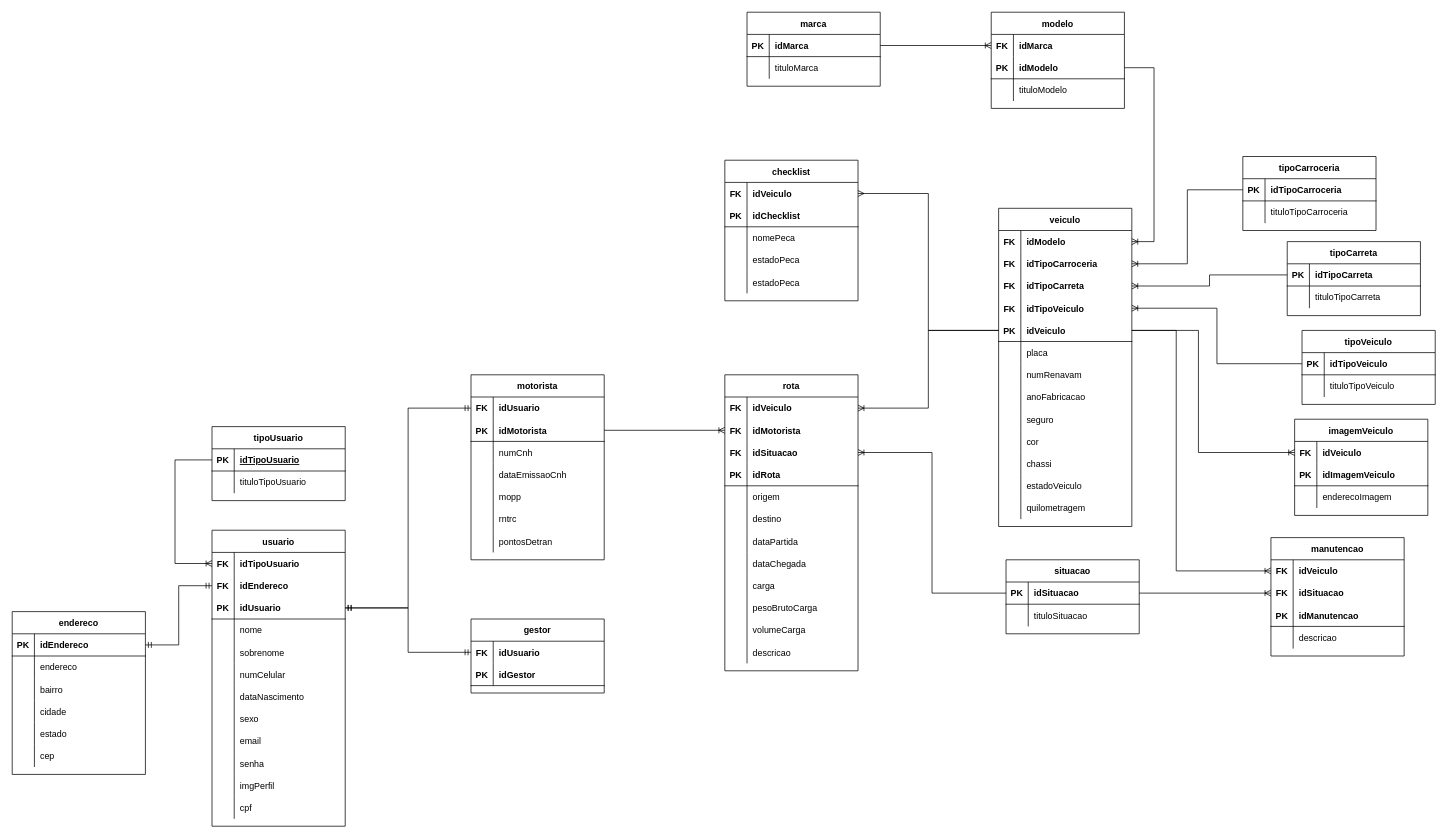
The draw.io diagram page "modelo-logico" (1 of 2) of Banco de dados/Modelagens/Loggex.drawio in Loggex/Backend-Loggex, before the edit. Source tidied: cells renumbered, new cells numbered last; positions are measured from the earlier drawing's top-left corner, leaving out a move shared by most shapes. Both pictures are drawn from the tidied source at 74%, with x=0, y=0 at pixel (12, 12).
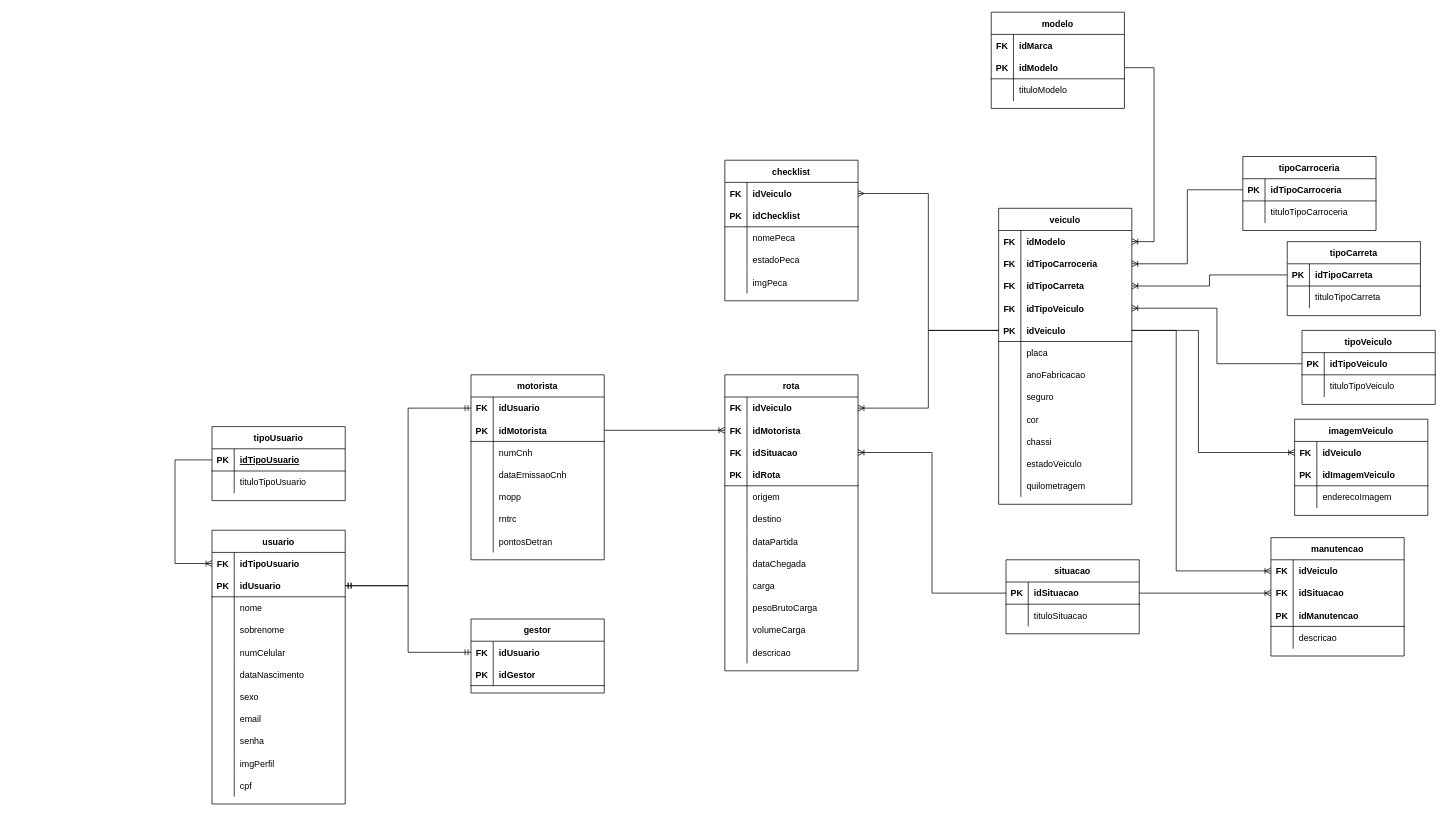
The same page after the edit.

The change refers to these unchanged cells:
```xml
<mxCell id="128" value="checklist" style="shape=table;startSize=30;childLayout=tableLayout;rowLines=0;fontStyle=1;align=center;" parent="1" vertex="1">
  <mxGeometry x="963" y="200" width="180" height="190" as="geometry" />
</mxCell>
<mxCell id="199" style="shape=tableRow;horizontal=0;startSize=0;swimlaneHead=0;swimlaneBody=0;fillColor=none;points=[[0,0.5],[1,0.5]];portConstraint=eastwest;top=0;left=0;right=0;bottom=0;" parent="198" vertex="1">
  <mxGeometry y="30" width="180" height="30" as="geometry" />
</mxCell>
```

The edit, as a diff of the source:
```diff
@@
     <mxCell id="2" value="veiculo" style="shape=table;startSize=30;childLayout=tableLayout;rowLines=0;fontStyle=1;align=center;" parent="1" vertex="1">
-      <mxGeometry x="1333" y="265" width="180" height="430" as="geometry" />
+      <mxGeometry x="1333" y="265" width="180" height="400" as="geometry" />
     </mxCell>
@@
-    <mxCell id="21" style="shape=tableRow;horizontal=0;startSize=0;swimlaneHead=0;swimlaneBody=0;fillColor=none;top=0;left=0;right=0;bottom=0;" parent="2" vertex="1">
-      <mxGeometry y="210" width="180" height="30" as="geometry" />
-    </mxCell>
-    <mxCell id="22" style="shape=partialRectangle;fillColor=none;top=0;left=0;bottom=0;right=0;overflow=hidden;" parent="21" vertex="1">
-      <mxGeometry width="30" height="30" as="geometry" />
-    </mxCell>
-    <mxCell id="23" value="numRenavam" style="shape=partialRectangle;fillColor=none;top=0;left=0;bottom=0;right=0;align=left;spacingLeft=6;overflow=hidden;" parent="21" vertex="1">
-      <mxGeometry x="30" width="150" height="30" as="geometry" />
-    </mxCell>
     <mxCell id="24" style="shape=tableRow;horizontal=0;startSize=0;swimlaneHead=0;swimlaneBody=0;fillColor=none;top=0;left=0;right=0;bottom=0;" parent="2" vertex="1">
-      <mxGeometry y="240" width="180" height="30" as="geometry" />
+      <mxGeometry y="210" width="180" height="30" as="geometry" />
     </mxCell>
@@
     <mxCell id="27" style="shape=tableRow;horizontal=0;startSize=0;swimlaneHead=0;swimlaneBody=0;fillColor=none;top=0;left=0;right=0;bottom=0;" parent="2" vertex="1">
-      <mxGeometry y="270" width="180" height="30" as="geometry" />
+      <mxGeometry y="240" width="180" height="30" as="geometry" />
     </mxCell>
@@
     <mxCell id="30" style="shape=tableRow;horizontal=0;startSize=0;swimlaneHead=0;swimlaneBody=0;fillColor=none;top=0;left=0;right=0;bottom=0;" parent="2" vertex="1">
-      <mxGeometry y="300" width="180" height="30" as="geometry" />
+      <mxGeometry y="270" width="180" height="30" as="geometry" />
     </mxCell>
@@
     <mxCell id="33" style="shape=tableRow;horizontal=0;startSize=0;swimlaneHead=0;swimlaneBody=0;fillColor=none;top=0;left=0;right=0;bottom=0;" parent="2" vertex="1">
-      <mxGeometry y="330" width="180" height="30" as="geometry" />
+      <mxGeometry y="300" width="180" height="30" as="geometry" />
     </mxCell>
@@
     <mxCell id="36" style="shape=tableRow;horizontal=0;startSize=0;swimlaneHead=0;swimlaneBody=0;fillColor=none;top=0;left=0;right=0;bottom=0;" parent="2" vertex="1">
-      <mxGeometry y="360" width="180" height="30" as="geometry" />
+      <mxGeometry y="330" width="180" height="30" as="geometry" />
     </mxCell>
@@
     <mxCell id="39" style="shape=tableRow;horizontal=0;startSize=0;swimlaneHead=0;swimlaneBody=0;fillColor=none;top=0;left=0;right=0;bottom=0;" parent="2" vertex="1">
-      <mxGeometry y="390" width="180" height="30" as="geometry" />
+      <mxGeometry y="360" width="180" height="30" as="geometry" />
     </mxCell>
@@
-    <mxCell id="141" style="shape=tableRow;horizontal=0;startSize=0;swimlaneHead=0;swimlaneBody=0;fillColor=none;top=0;left=0;right=0;bottom=0;" parent="128" vertex="1">
-      <mxGeometry y="150" width="180" height="30" as="geometry" />
-    </mxCell>
-    <mxCell id="142" style="shape=partialRectangle;fillColor=none;top=0;left=0;bottom=0;right=0;overflow=hidden;" parent="141" vertex="1">
-      <mxGeometry width="30" height="30" as="geometry" />
-    </mxCell>
-    <mxCell id="143" value="estadoPeca" style="shape=partialRectangle;fillColor=none;top=0;left=0;bottom=0;right=0;align=left;spacingLeft=6;overflow=hidden;" parent="141" vertex="1">
-      <mxGeometry x="30" width="150" height="30" as="geometry" />
-    </mxCell>
+    <mxCell id="271" style="shape=tableRow;horizontal=0;startSize=0;swimlaneHead=0;swimlaneBody=0;fillColor=none;top=0;left=0;right=0;bottom=0;" parent="128" vertex="1">
+      <mxGeometry y="150" width="180" height="30" as="geometry" />
+    </mxCell>
+    <mxCell id="272" style="shape=partialRectangle;fillColor=none;top=0;left=0;bottom=0;right=0;overflow=hidden;" parent="271" vertex="1">
+      <mxGeometry width="30" height="30" as="geometry" />
+    </mxCell>
+    <mxCell id="273" value="imgPeca" style="shape=partialRectangle;fillColor=none;top=0;left=0;bottom=0;right=0;align=left;spacingLeft=6;overflow=hidden;" parent="271" vertex="1">
+      <mxGeometry x="30" width="150" height="30" as="geometry" />
+    </mxCell>
@@
-    <mxCell id="165" value="endereco" style="shape=table;startSize=30;childLayout=tableLayout;rowLines=0;fontStyle=1;align=center;" parent="1" vertex="1">
-      <mxGeometry y="810" width="180" height="220" as="geometry" />
-    </mxCell>
-    <mxCell id="166" style="shape=tableRow;horizontal=0;startSize=0;swimlaneHead=0;swimlaneBody=0;fillColor=none;points=[[0,0.5],[1,0.5]];portConstraint=eastwest;top=0;left=0;right=0;bottom=1;" parent="165" vertex="1">
-      <mxGeometry y="30" width="180" height="30" as="geometry" />
-    </mxCell>
-    <mxCell id="167" value="PK" style="shape=partialRectangle;fillColor=none;top=0;left=0;bottom=0;right=0;fontStyle=1;overflow=hidden;" parent="166" vertex="1">
-      <mxGeometry width="30" height="30" as="geometry" />
-    </mxCell>
-    <mxCell id="168" value="idEndereco" style="shape=partialRectangle;fillColor=none;top=0;left=0;bottom=0;right=0;align=left;spacingLeft=6;fontStyle=1;overflow=hidden;" parent="166" vertex="1">
-      <mxGeometry x="30" width="150" height="30" as="geometry" />
-    </mxCell>
-    <mxCell id="169" style="shape=tableRow;horizontal=0;startSize=0;swimlaneHead=0;swimlaneBody=0;fillColor=none;top=0;left=0;right=0;bottom=0;" parent="165" vertex="1">
-      <mxGeometry y="60" width="180" height="30" as="geometry" />
-    </mxCell>
-    <mxCell id="170" style="shape=partialRectangle;fillColor=none;top=0;left=0;bottom=0;right=0;overflow=hidden;" parent="169" vertex="1">
-      <mxGeometry width="30" height="30" as="geometry" />
-    </mxCell>
-    <mxCell id="171" value="endereco" style="shape=partialRectangle;fillColor=none;top=0;left=0;bottom=0;right=0;align=left;spacingLeft=6;overflow=hidden;" parent="169" vertex="1">
-      <mxGeometry x="30" width="150" height="30" as="geometry" />
-    </mxCell>
-    <mxCell id="172" style="shape=tableRow;horizontal=0;startSize=0;swimlaneHead=0;swimlaneBody=0;fillColor=none;top=0;left=0;right=0;bottom=0;" parent="165" vertex="1">
-      <mxGeometry y="90" width="180" height="30" as="geometry" />
-    </mxCell>
-    <mxCell id="173" style="shape=partialRectangle;fillColor=none;top=0;left=0;bottom=0;right=0;overflow=hidden;" parent="172" vertex="1">
-      <mxGeometry width="30" height="30" as="geometry" />
-    </mxCell>
-    <mxCell id="174" value="bairro" style="shape=partialRectangle;fillColor=none;top=0;left=0;bottom=0;right=0;align=left;spacingLeft=6;overflow=hidden;" parent="172" vertex="1">
-      <mxGeometry x="30" width="150" height="30" as="geometry" />
-    </mxCell>
-    <mxCell id="175" style="shape=tableRow;horizontal=0;startSize=0;swimlaneHead=0;swimlaneBody=0;fillColor=none;top=0;left=0;right=0;bottom=0;" parent="165" vertex="1">
-      <mxGeometry y="120" width="180" height="30" as="geometry" />
-    </mxCell>
-    <mxCell id="176" style="shape=partialRectangle;fillColor=none;top=0;left=0;bottom=0;right=0;overflow=hidden;" parent="175" vertex="1">
-      <mxGeometry width="30" height="30" as="geometry" />
-    </mxCell>
-    <mxCell id="177" value="cidade" style="shape=partialRectangle;fillColor=none;top=0;left=0;bottom=0;right=0;align=left;spacingLeft=6;overflow=hidden;" parent="175" vertex="1">
-      <mxGeometry x="30" width="150" height="30" as="geometry" />
-    </mxCell>
-    <mxCell id="178" style="shape=tableRow;horizontal=0;startSize=0;swimlaneHead=0;swimlaneBody=0;fillColor=none;top=0;left=0;right=0;bottom=0;" parent="165" vertex="1">
-      <mxGeometry y="150" width="180" height="30" as="geometry" />
-    </mxCell>
-    <mxCell id="179" style="shape=partialRectangle;fillColor=none;top=0;left=0;bottom=0;right=0;overflow=hidden;" parent="178" vertex="1">
-      <mxGeometry width="30" height="30" as="geometry" />
-    </mxCell>
-    <mxCell id="180" value="estado" style="shape=partialRectangle;fillColor=none;top=0;left=0;bottom=0;right=0;align=left;spacingLeft=6;overflow=hidden;" parent="178" vertex="1">
-      <mxGeometry x="30" width="150" height="30" as="geometry" />
-    </mxCell>
-    <mxCell id="181" style="shape=tableRow;horizontal=0;startSize=0;swimlaneHead=0;swimlaneBody=0;fillColor=none;top=0;left=0;right=0;bottom=0;" parent="165" vertex="1">
-      <mxGeometry y="180" width="180" height="30" as="geometry" />
-    </mxCell>
-    <mxCell id="182" style="shape=partialRectangle;fillColor=none;top=0;left=0;bottom=0;right=0;overflow=hidden;" parent="181" vertex="1">
-      <mxGeometry width="30" height="30" as="geometry" />
-    </mxCell>
-    <mxCell id="183" value="cep" style="shape=partialRectangle;fillColor=none;top=0;left=0;bottom=0;right=0;align=left;spacingLeft=6;overflow=hidden;" parent="181" vertex="1">
-      <mxGeometry x="30" width="150" height="30" as="geometry" />
-    </mxCell>
@@
-    <mxCell id="191" value="marca" style="shape=table;startSize=30;childLayout=tableLayout;rowLines=0;fontStyle=1;align=center;" parent="1" vertex="1">
-      <mxGeometry x="993" width="180" height="100" as="geometry" />
-    </mxCell>
-    <mxCell id="192" style="shape=tableRow;horizontal=0;startSize=0;swimlaneHead=0;swimlaneBody=0;fillColor=none;points=[[0,0.5],[1,0.5]];portConstraint=eastwest;top=0;left=0;right=0;bottom=1;" parent="191" vertex="1">
-      <mxGeometry y="30" width="180" height="30" as="geometry" />
-    </mxCell>
-    <mxCell id="193" value="PK" style="shape=partialRectangle;fillColor=none;top=0;left=0;bottom=0;right=0;fontStyle=1;overflow=hidden;" parent="192" vertex="1">
-      <mxGeometry width="30" height="30" as="geometry" />
-    </mxCell>
-    <mxCell id="194" value="idMarca" style="shape=partialRectangle;fillColor=none;top=0;left=0;bottom=0;right=0;align=left;spacingLeft=6;fontStyle=1;overflow=hidden;" parent="192" vertex="1">
-      <mxGeometry x="30" width="150" height="30" as="geometry" />
-    </mxCell>
-    <mxCell id="195" style="shape=tableRow;horizontal=0;startSize=0;swimlaneHead=0;swimlaneBody=0;fillColor=none;top=0;left=0;right=0;bottom=0;" parent="191" vertex="1">
-      <mxGeometry y="60" width="180" height="30" as="geometry" />
-    </mxCell>
-    <mxCell id="196" style="shape=partialRectangle;fillColor=none;top=0;left=0;bottom=0;right=0;overflow=hidden;" parent="195" vertex="1">
-      <mxGeometry width="30" height="30" as="geometry" />
-    </mxCell>
-    <mxCell id="197" value="tituloMarca" style="shape=partialRectangle;fillColor=none;top=0;left=0;bottom=0;right=0;align=left;spacingLeft=6;overflow=hidden;" parent="195" vertex="1">
-      <mxGeometry x="30" width="150" height="30" as="geometry" />
-    </mxCell>
@@
     <mxCell id="209" value="usuario" style="shape=table;startSize=30;childLayout=tableLayout;rowLines=0;fontStyle=1;align=center;" parent="1" vertex="1">
-      <mxGeometry x="270" y="700" width="180" height="400" as="geometry" />
+      <mxGeometry x="270" y="700" width="180" height="370" as="geometry" />
     </mxCell>
@@
-    <mxCell id="213" style="shape=tableRow;horizontal=0;startSize=0;swimlaneHead=0;swimlaneBody=0;fillColor=none;points=[[0,0.5],[1,0.5]];portConstraint=eastwest;top=0;left=0;right=0;bottom=0;" parent="209" vertex="1">
-      <mxGeometry y="60" width="180" height="30" as="geometry" />
-    </mxCell>
-    <mxCell id="214" value="FK" style="shape=partialRectangle;fillColor=none;top=0;left=0;bottom=0;right=0;fontStyle=1;overflow=hidden;" parent="213" vertex="1">
-      <mxGeometry width="30" height="30" as="geometry" />
-    </mxCell>
-    <mxCell id="215" value="idEndereco" style="shape=partialRectangle;fillColor=none;top=0;left=0;bottom=0;right=0;align=left;spacingLeft=6;fontStyle=1;overflow=hidden;" parent="213" vertex="1">
-      <mxGeometry x="30" width="150" height="30" as="geometry" />
-    </mxCell>
     <mxCell id="216" style="shape=tableRow;horizontal=0;startSize=0;swimlaneHead=0;swimlaneBody=0;fillColor=none;points=[[0,0.5],[1,0.5]];portConstraint=eastwest;top=0;left=0;right=0;bottom=1;" parent="209" vertex="1">
-      <mxGeometry y="90" width="180" height="30" as="geometry" />
+      <mxGeometry y="60" width="180" height="30" as="geometry" />
     </mxCell>
@@
     <mxCell id="219" style="shape=tableRow;horizontal=0;startSize=0;swimlaneHead=0;swimlaneBody=0;fillColor=none;top=0;left=0;right=0;bottom=0;" parent="209" vertex="1">
-      <mxGeometry y="120" width="180" height="30" as="geometry" />
+      <mxGeometry y="90" width="180" height="30" as="geometry" />
     </mxCell>
@@
     <mxCell id="222" style="shape=tableRow;horizontal=0;startSize=0;swimlaneHead=0;swimlaneBody=0;fillColor=none;top=0;left=0;right=0;bottom=0;" parent="209" vertex="1">
-      <mxGeometry y="150" width="180" height="30" as="geometry" />
+      <mxGeometry y="120" width="180" height="30" as="geometry" />
     </mxCell>
@@
     <mxCell id="225" style="shape=tableRow;horizontal=0;startSize=0;swimlaneHead=0;swimlaneBody=0;fillColor=none;top=0;left=0;right=0;bottom=0;" parent="209" vertex="1">
-      <mxGeometry y="180" width="180" height="30" as="geometry" />
+      <mxGeometry y="150" width="180" height="30" as="geometry" />
     </mxCell>
@@
     <mxCell id="228" style="shape=tableRow;horizontal=0;startSize=0;swimlaneHead=0;swimlaneBody=0;fillColor=none;top=0;left=0;right=0;bottom=0;" parent="209" vertex="1">
-      <mxGeometry y="210" width="180" height="30" as="geometry" />
+      <mxGeometry y="180" width="180" height="30" as="geometry" />
     </mxCell>
@@
     <mxCell id="231" style="shape=tableRow;horizontal=0;startSize=0;swimlaneHead=0;swimlaneBody=0;fillColor=none;top=0;left=0;right=0;bottom=0;" parent="209" vertex="1">
-      <mxGeometry y="240" width="180" height="30" as="geometry" />
+      <mxGeometry y="210" width="180" height="30" as="geometry" />
     </mxCell>
@@
     <mxCell id="234" style="shape=tableRow;horizontal=0;startSize=0;swimlaneHead=0;swimlaneBody=0;fillColor=none;top=0;left=0;right=0;bottom=0;" parent="209" vertex="1">
-      <mxGeometry y="270" width="180" height="30" as="geometry" />
+      <mxGeometry y="240" width="180" height="30" as="geometry" />
     </mxCell>
@@
     <mxCell id="237" style="shape=tableRow;horizontal=0;startSize=0;swimlaneHead=0;swimlaneBody=0;fillColor=none;top=0;left=0;right=0;bottom=0;" parent="209" vertex="1">
-      <mxGeometry y="300" width="180" height="30" as="geometry" />
+      <mxGeometry y="270" width="180" height="30" as="geometry" />
     </mxCell>
@@
     <mxCell id="240" style="shape=tableRow;horizontal=0;startSize=0;swimlaneHead=0;swimlaneBody=0;fillColor=none;top=0;left=0;right=0;bottom=0;" parent="209" vertex="1">
-      <mxGeometry y="330" width="180" height="30" as="geometry" />
+      <mxGeometry y="300" width="180" height="30" as="geometry" />
     </mxCell>
@@
     <mxCell id="243" style="shape=tableRow;horizontal=0;startSize=0;swimlaneHead=0;swimlaneBody=0;fillColor=none;top=0;left=0;right=0;bottom=0;" parent="209" vertex="1">
-      <mxGeometry y="360" width="180" height="30" as="geometry" />
+      <mxGeometry y="330" width="180" height="30" as="geometry" />
     </mxCell>
@@
-    <mxCell id="253" style="edgeStyle=orthogonalEdgeStyle;fontSize=12;html=1;endArrow=ERoneToMany;rounded=0;jumpStyle=gap;jumpSize=12;" parent="1" edge="1" source="192" target="199">
-      <mxGeometry relative="1" as="geometry" />
-    </mxCell>
@@
-    <mxCell id="267" style="edgeStyle=orthogonalEdgeStyle;fontSize=12;html=1;endArrow=ERmandOne;startArrow=ERmandOne;rounded=0;jumpStyle=gap;jumpSize=11;" parent="1" edge="1" source="166" target="213">
-      <mxGeometry relative="1" as="geometry" />
-    </mxCell>
```
